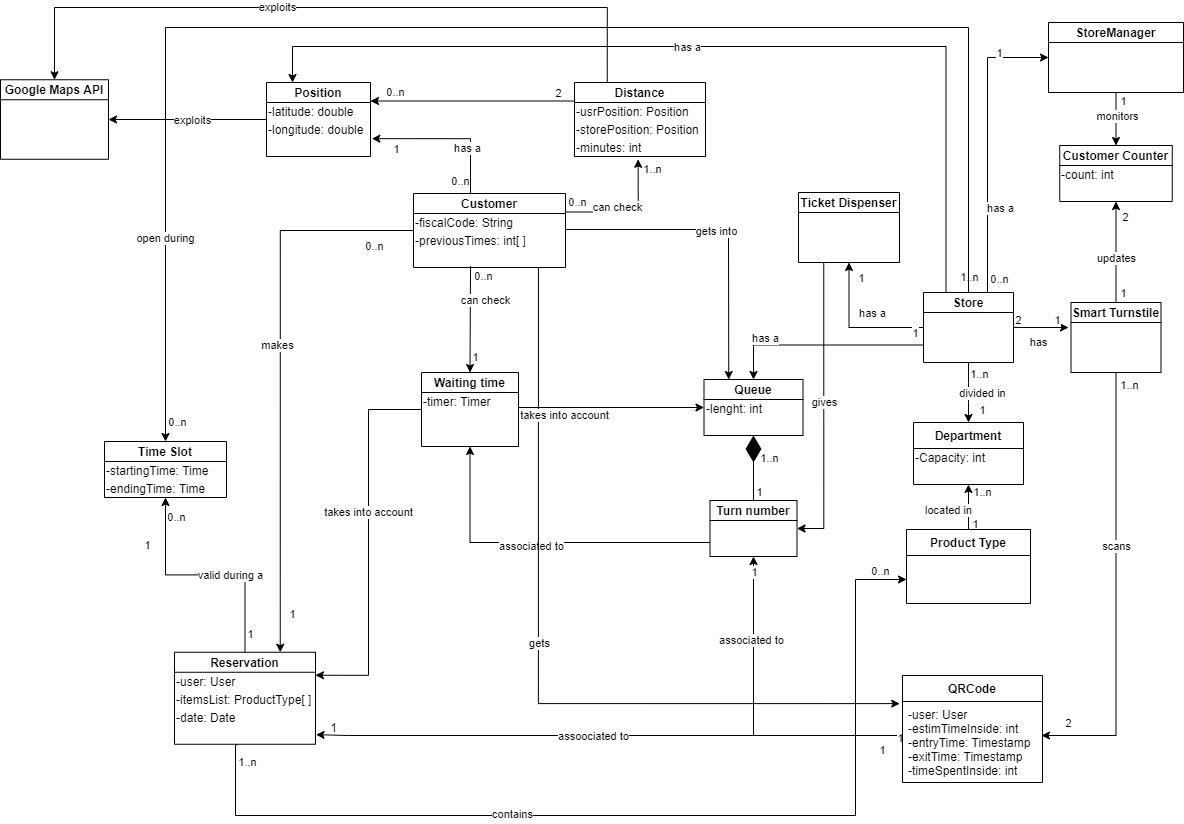
This is RASD/class_diagram.png from olimpiarivera/RiveraPolidori, a draw.io export, as it was before one commit. Source tidied: cells renumbered, new cells last; positions are measured from the earlier drawing's top-left corner, leaving out a move shared by most shapes.
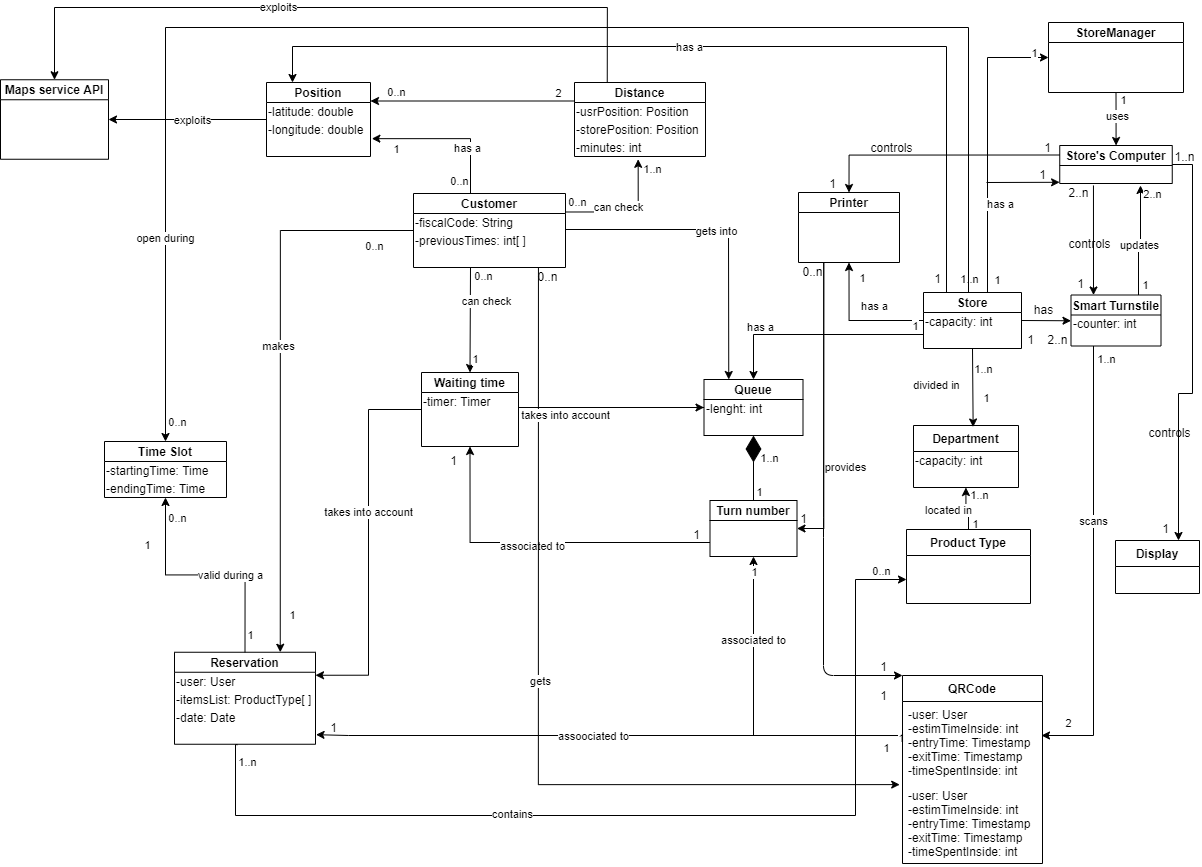
Later version of the same file.

Commit message:
class diagram modifications

What changed in the source:
```diff
@@ -14,3 +14,3 @@
       <mxGeometry x="0.68" relative="1" as="geometry">
-        <mxPoint y="-5" as="offset" />
+        <mxPoint x="35.3" y="-5" as="offset" />
       </mxGeometry>
@@ -24,3 +24,3 @@
       <mxGeometry x="-0.79" y="2" relative="1" as="geometry">
-        <mxPoint x="-17" y="-0.7" as="offset" />
+        <mxPoint x="-17" y="4.1" as="offset" />
       </mxGeometry>
@@ -53,17 +53,2 @@
     </mxCell>
-    <mxCell id="12" value="has" style="edgeStyle=orthogonalEdgeStyle;rounded=0;sketch=0;jettySize=auto;html=1;exitX=1;exitY=0.5;exitDx=0;exitDy=0;startArrow=none;startFill=0;sourcePerimeterSpacing=0;" parent="1" edge="1" source="17">
-      <mxGeometry x="-0.09" y="-15" relative="1" as="geometry">
-        <mxPoint x="1068" y="320" as="targetPoint" />
-      </mxGeometry>
-    </mxCell>
-    <mxCell id="13" value="2" style="edgeLabel;html=1;align=center;verticalAlign=middle;" parent="12" vertex="1">
-      <mxGeometry x="-0.69" y="1" relative="1" as="geometry">
-        <mxPoint x="-4.6" y="-7" as="offset" />
-      </mxGeometry>
-    </mxCell>
-    <mxCell id="14" value="1" style="edgeLabel;html=1;align=center;verticalAlign=middle;" parent="12" vertex="1">
-      <mxGeometry x="0.26" relative="1" as="geometry">
-        <mxPoint x="8.2" y="-8" as="offset" />
-      </mxGeometry>
-    </mxCell>
     <mxCell id="15" style="edgeStyle=orthogonalEdgeStyle;rounded=0;jettySize=auto;html=1;exitX=0.25;exitY=0;exitDx=0;exitDy=0;entryX=0.25;entryY=0;entryDx=0;entryDy=0;endArrow=classic;endFill=1;endSize=6;" parent="1" edge="1" source="17" target="114">
@@ -80,11 +65,12 @@
     <mxCell id="17" value="Store" style="swimlane;fontStyle=1;horizontal=1;startSize=20;fillColor=none;" parent="1" vertex="1">
-      <mxGeometry x="923" y="285" width="90" height="70" as="geometry" />
+      <mxGeometry x="923" y="285" width="98" height="56" as="geometry" />
     </mxCell>
+    <mxCell id="138" value="-capacity: int" style="text;html=1;align=left;verticalAlign=middle;" parent="17" vertex="1">
+      <mxGeometry y="20" width="98" height="18" as="geometry" />
+    </mxCell>
+    <mxCell id="139" value="&amp;nbsp;&lt;br&gt;" style="text;html=1;align=center;verticalAlign=middle;" parent="17" vertex="1">
+      <mxGeometry y="38" width="98" height="18" as="geometry" />
+    </mxCell>
-    <mxCell id="18" style="endArrow=classic;endFill=1;endSize=6;html=1;entryX=0.5;entryY=1;entryDx=0;entryDy=0;exitX=0.5;exitY=1;exitDx=0;exitDy=0;" parent="1" edge="1" source="17">
-      <mxGeometry relative="1" as="geometry">
-        <mxPoint x="968" y="415" as="targetPoint" />
-        <Array as="points">
-          <mxPoint x="968" y="385" />
-        </Array>
-      </mxGeometry>
+    <mxCell id="18" style="endArrow=classic;endFill=1;endSize=6;html=1;exitX=0.5;exitY=1;exitDx=0;exitDy=0;entryX=0.568;entryY=0.024;entryDx=0;entryDy=0;entryPerimeter=0;" parent="1" edge="1" source="17" target="28">
+      <mxGeometry relative="1" as="geometry" />
     </mxCell>
@@ -102,3 +88,3 @@
       <mxGeometry x="-0.17" y="2" relative="1" as="geometry">
-        <mxPoint x="11" y="5" as="offset" />
+        <mxPoint x="-39.2" y="3.1" as="offset" />
       </mxGeometry>
@@ -141,9 +127,9 @@
     <mxCell id="28" value="Department" style="swimlane;fontStyle=1;horizontal=1;startSize=26;fillColor=none;" parent="1" vertex="1">
-      <mxGeometry x="913" y="415" width="110" height="62" as="geometry" />
+      <mxGeometry x="913" y="418" width="105" height="62" as="geometry" />
     </mxCell>
-    <mxCell id="29" value="-Capacity: int" style="text;html=1;align=left;verticalAlign=middle;" parent="28" vertex="1">
-      <mxGeometry y="26" width="110" height="18" as="geometry" />
+    <mxCell id="29" value="-capacity: int" style="text;html=1;align=left;verticalAlign=middle;" parent="28" vertex="1">
+      <mxGeometry y="26" width="105" height="18" as="geometry" />
     </mxCell>
     <mxCell id="30" value="&amp;nbsp;" style="text;html=1;align=center;verticalAlign=middle;" parent="28" vertex="1">
-      <mxGeometry y="44" width="110" height="18" as="geometry" />
+      <mxGeometry y="44" width="105" height="18" as="geometry" />
     </mxCell>
@@ -189,3 +175,3 @@
       <mxGeometry x="-0.95" relative="1" as="geometry">
-        <mxPoint x="-4" y="14" as="offset" />
+        <mxPoint y="12" as="offset" />
       </mxGeometry>
@@ -201,5 +187,5 @@
     </mxCell>
-    <mxCell id="40" value="0..n" style="edgeLabel;html=1;align=center;verticalAlign=middle;" parent="39" vertex="1">
+    <mxCell id="40" value="1" style="edgeLabel;html=1;align=center;verticalAlign=middle;" parent="39" vertex="1">
       <mxGeometry x="-0.98" y="1" relative="1" as="geometry">
-        <mxPoint x="35.2" y="-13" as="offset" />
+        <mxPoint x="30.2" y="-12" as="offset" />
       </mxGeometry>
@@ -241,8 +227,8 @@
     </mxCell>
-    <mxCell id="52" value="gives" style="edgeLabel;html=1;align=center;verticalAlign=middle;" parent="51" vertex="1">
+    <mxCell id="52" value="provides" style="edgeLabel;html=1;align=center;verticalAlign=middle;" parent="51" vertex="1">
       <mxGeometry y="1" relative="1" as="geometry">
-        <mxPoint x="-0.3" y="-7" as="offset" />
+        <mxPoint x="19.7" y="57" as="offset" />
       </mxGeometry>
     </mxCell>
-    <mxCell id="53" value="Ticket Dispenser" style="swimlane;fontStyle=1;horizontal=1;startSize=20;fillColor=none;" parent="1" vertex="1">
+    <mxCell id="53" value="Printer" style="swimlane;fontStyle=1;horizontal=1;startSize=20;fillColor=none;" parent="1" vertex="1">
       <mxGeometry x="798" y="185" width="101" height="70" as="geometry" />
@@ -257,3 +243,3 @@
     </mxCell>
-    <mxCell id="55" value="monitors" style="edgeLabel;html=1;align=center;verticalAlign=middle;" parent="54" vertex="1">
+    <mxCell id="55" value="uses" style="edgeLabel;html=1;align=center;verticalAlign=middle;" parent="54" vertex="1">
       <mxGeometry x="-0.12" y="1" relative="1" as="geometry" />
@@ -328,3 +314,3 @@
     </mxCell>
-    <mxCell id="73" style="edgeStyle=orthogonalEdgeStyle;rounded=0;sketch=0;jettySize=auto;html=1;exitX=0.5;exitY=1;exitDx=0;exitDy=0;startArrow=none;startFill=0;sourcePerimeterSpacing=0;" parent="1" edge="1" source="81">
+    <mxCell id="73" style="edgeStyle=orthogonalEdgeStyle;rounded=0;sketch=0;jettySize=auto;html=1;exitX=0.25;exitY=1;exitDx=0;exitDy=0;startArrow=none;startFill=0;sourcePerimeterSpacing=0;" parent="1" edge="1" source="81">
       <mxGeometry relative="1" as="geometry">
@@ -332,3 +318,3 @@
         <Array as="points">
-          <mxPoint x="1116" y="728" />
+          <mxPoint x="1093" y="728" />
         </Array>
@@ -351,4 +337,6 @@
     </mxCell>
-    <mxCell id="77" style="edgeStyle=orthogonalEdgeStyle;rounded=0;sketch=0;jettySize=auto;html=1;exitX=0.5;exitY=0;exitDx=0;exitDy=0;entryX=0.5;entryY=1;entryDx=0;entryDy=0;startArrow=none;startFill=0;sourcePerimeterSpacing=0;" parent="1" edge="1" source="81" target="119">
-      <mxGeometry relative="1" as="geometry" />
+    <mxCell id="77" style="edgeStyle=orthogonalEdgeStyle;rounded=0;sketch=0;jettySize=auto;html=1;exitX=0.75;exitY=0;exitDx=0;exitDy=0;startArrow=none;startFill=0;sourcePerimeterSpacing=0;" parent="1" edge="1" source="81">
+      <mxGeometry relative="1" as="geometry">
+        <mxPoint x="1140" y="178" as="targetPoint" />
+      </mxGeometry>
     </mxCell>
@@ -362,10 +350,16 @@
     </mxCell>
-    <mxCell id="80" value="2" style="edgeLabel;html=1;align=center;verticalAlign=middle;" parent="77" vertex="1">
+    <mxCell id="80" value="2..n" style="edgeLabel;html=1;align=center;verticalAlign=middle;" parent="77" vertex="1">
       <mxGeometry x="0.7" y="-1" relative="1" as="geometry">
-        <mxPoint x="7.5" as="offset" />
+        <mxPoint x="10.3" y="-8.5" as="offset" />
       </mxGeometry>
     </mxCell>
+    <mxCell id="140" style="edgeStyle=orthogonalEdgeStyle;rounded=0;jettySize=auto;html=1;exitX=0.293;exitY=1.109;exitDx=0;exitDy=0;entryX=0.25;entryY=0;entryDx=0;entryDy=0;exitPerimeter=0;" parent="1" edge="1" source="121" target="81">
+      <mxGeometry relative="1" as="geometry" />
+    </mxCell>
     <mxCell id="81" value="Smart Turnstile" style="swimlane;fontStyle=1;horizontal=1;startSize=20;fillColor=none;" parent="1" vertex="1">
-      <mxGeometry x="1070.5" y="295" width="90" height="70" as="geometry" />
+      <mxGeometry x="1070.5" y="287.5" width="90" height="51" as="geometry" />
     </mxCell>
+    <mxCell id="141" value="&lt;div&gt;&lt;span&gt;-counter: int&lt;/span&gt;&lt;/div&gt;&lt;div&gt;&lt;span&gt;&lt;br&gt;&lt;/span&gt;&lt;/div&gt;" style="text;html=1;align=left;verticalAlign=middle;points=[];" parent="81" vertex="1">
+      <mxGeometry y="20" width="90" height="31" as="geometry" />
+    </mxCell>
     <mxCell id="82" style="edgeStyle=orthogonalEdgeStyle;rounded=0;sketch=0;jettySize=auto;html=1;exitX=0;exitY=0.5;exitDx=0;exitDy=0;startArrow=none;startFill=0;sourcePerimeterSpacing=0;entryX=0.75;entryY=0;entryDx=0;entryDy=0;" parent="1" edge="1" source="100" target="43">
@@ -519,14 +513,20 @@
     </mxCell>
-    <mxCell id="118" value="Google Maps API" style="swimlane;fontStyle=1;horizontal=1;startSize=20;fillColor=none;" parent="1" vertex="1">
+    <mxCell id="118" value="Maps service API" style="swimlane;fontStyle=1;horizontal=1;startSize=20;fillColor=none;" parent="1" vertex="1">
       <mxGeometry y="72.2" width="108" height="79.5" as="geometry" />
     </mxCell>
+    <mxCell id="142" style="edgeStyle=orthogonalEdgeStyle;rounded=0;jettySize=auto;html=1;exitX=0;exitY=0.25;exitDx=0;exitDy=0;entryX=0.5;entryY=0;entryDx=0;entryDy=0;" parent="1" edge="1" source="119" target="53">
+      <mxGeometry relative="1" as="geometry" />
+    </mxCell>
+    <mxCell id="143" style="edgeStyle=orthogonalEdgeStyle;rounded=0;jettySize=auto;html=1;exitX=1;exitY=0.5;exitDx=0;exitDy=0;entryX=0.75;entryY=0;entryDx=0;entryDy=0;" parent="1" edge="1" source="119" target="161">
+      <mxGeometry relative="1" as="geometry">
+        <Array as="points">
+          <mxPoint x="1192" y="157" />
+          <mxPoint x="1192" y="386" />
+          <mxPoint x="1178" y="386" />
+        </Array>
+      </mxGeometry>
+    </mxCell>
-    <mxCell id="119" value="Customer Counter" style="swimlane;fontStyle=1;horizontal=1;startSize=20;fillColor=none;" parent="1" vertex="1">
-      <mxGeometry x="1059.2" y="138" width="112.5" height="56" as="geometry" />
+    <mxCell id="119" value="Store's Computer" style="swimlane;fontStyle=1;horizontal=1;startSize=20;fillColor=none;" parent="1" vertex="1">
+      <mxGeometry x="1059.2" y="138" width="112.5" height="38" as="geometry" />
     </mxCell>
-    <mxCell id="120" value="-count: int" style="text;html=1;align=left;verticalAlign=middle;" parent="119" vertex="1">
-      <mxGeometry y="20" width="112.5" height="18" as="geometry" />
-    </mxCell>
-    <mxCell id="121" value="&amp;nbsp;&amp;nbsp;" style="text;html=1;align=left;verticalAlign=middle;points=[];" parent="119" vertex="1">
-      <mxGeometry y="38" width="112.5" height="18" as="geometry" />
-    </mxCell>
     <mxCell id="122" value="Product Type" style="swimlane;fontStyle=1;horizontal=1;startSize=26;fillColor=none;" parent="1" vertex="1">
@@ -535,6 +535,9 @@
     <mxCell id="123" value="QRCode" style="swimlane;fontStyle=1;horizontal=1;startSize=26;fillColor=none;" parent="1" vertex="1">
-      <mxGeometry x="902" y="668" width="140" height="107" as="geometry" />
+      <mxGeometry x="902" y="668" width="140" height="188" as="geometry" />
     </mxCell>
+    <mxCell id="144" value="-user: User&#10;-estimTimeInside: int&#10;-entryTime: Timestamp&#10;-exitTime: Timestamp&#10;-timeSpentInside: int" style="text;strokeColor=none;fillColor=none;align=left;verticalAlign=top;spacingLeft=4;spacingRight=4;overflow=hidden;" parent="123" vertex="1">
+      <mxGeometry y="26" width="140" height="81" as="geometry" />
+    </mxCell>
     <mxCell id="124" value="-user: User&#10;-estimTimeInside: int&#10;-entryTime: Timestamp&#10;-exitTime: Timestamp&#10;-timeSpentInside: int" style="text;strokeColor=none;fillColor=none;align=left;verticalAlign=top;spacingLeft=4;spacingRight=4;overflow=hidden;points=[[0,0.5],[1,0.5]];portConstraint=eastwest;" parent="123" vertex="1">
-      <mxGeometry y="26" width="140" height="81" as="geometry" />
+      <mxGeometry y="107" width="140" height="81" as="geometry" />
     </mxCell>
@@ -579,7 +582,2 @@
     </mxCell>
-    <mxCell id="135" style="edgeStyle=orthogonalEdgeStyle;rounded=0;jettySize=auto;html=1;exitX=0.5;exitY=0;exitDx=0;exitDy=0;endArrow=classic;endFill=1;endSize=6;" parent="1" edge="1" source="17">
-      <mxGeometry relative="1" as="geometry">
-        <mxPoint x="968" y="285" as="targetPoint" />
-      </mxGeometry>
-    </mxCell>
     <mxCell id="136" style="endArrow=classic;html=1;entryX=0.25;entryY=0;entryDx=0;entryDy=0;rounded=0;" parent="1" edge="1" target="58">
@@ -597,2 +595,87 @@
     </mxCell>
+    <mxCell id="145" value="1" style="text;html=1;align=center;verticalAlign=middle;" parent="1" vertex="1">
+      <mxGeometry x="1021" y="323" width="17" height="18" as="geometry" />
+    </mxCell>
+    <mxCell id="146" value="2..n" style="text;html=1;align=center;verticalAlign=middle;" parent="1" vertex="1">
+      <mxGeometry x="1042" y="323" width="30" height="18" as="geometry" />
+    </mxCell>
+    <mxCell id="147" value="controls" style="text;html=1;align=center;verticalAlign=middle;" parent="1" vertex="1">
+      <mxGeometry x="865" y="131" width="52" height="18" as="geometry" />
+    </mxCell>
+    <mxCell id="148" value="1" style="text;html=1;align=center;verticalAlign=middle;" parent="1" vertex="1">
+      <mxGeometry x="1038" y="131" width="17" height="18" as="geometry" />
+    </mxCell>
+    <mxCell id="149" value="1" style="text;html=1;align=center;verticalAlign=middle;" parent="1" vertex="1">
+      <mxGeometry x="823" y="167" width="17" height="18" as="geometry" />
+    </mxCell>
+    <mxCell id="150" value="1" style="text;html=1;align=center;verticalAlign=middle;" parent="1" vertex="1">
+      <mxGeometry x="687" y="518" width="17" height="18" as="geometry" />
+    </mxCell>
+    <mxCell id="151" value="1" style="text;html=1;align=center;verticalAlign=middle;" parent="1" vertex="1">
+      <mxGeometry x="444" y="444" width="17" height="18" as="geometry" />
+    </mxCell>
+    <mxCell id="152" value="0..n" style="text;html=1;align=center;verticalAlign=middle;" parent="1" vertex="1">
+      <mxGeometry x="532" y="260" width="30" height="18" as="geometry" />
+    </mxCell>
+    <mxCell id="153" value="1" style="text;html=1;align=center;verticalAlign=middle;" parent="1" vertex="1">
+      <mxGeometry x="874" y="679" width="17" height="18" as="geometry" />
+    </mxCell>
+    <mxCell id="154" style="endArrow=classic;html=1;entryX=0;entryY=0;entryDx=0;entryDy=0;exitX=0.25;exitY=1;exitDx=0;exitDy=0;" parent="1" edge="1" source="53" target="123">
+      <mxGeometry relative="1" as="geometry">
+        <Array as="points">
+          <mxPoint x="823" y="520" />
+          <mxPoint x="823" y="668" />
+        </Array>
+      </mxGeometry>
+    </mxCell>
+    <mxCell id="155" value="1" style="text;html=1;align=center;verticalAlign=middle;" parent="1" vertex="1">
+      <mxGeometry x="874" y="650" width="17" height="18" as="geometry" />
+    </mxCell>
+    <mxCell id="156" value="1" style="text;html=1;align=center;verticalAlign=middle;" parent="1" vertex="1">
+      <mxGeometry x="794" y="502" width="17" height="18" as="geometry" />
+    </mxCell>
+    <mxCell id="157" value="0..n" style="text;html=1;align=center;verticalAlign=middle;" parent="1" vertex="1">
+      <mxGeometry x="796.5" y="255" width="30" height="18" as="geometry" />
+    </mxCell>
+    <mxCell id="121" value="&amp;nbsp;&amp;nbsp;" style="text;html=1;align=left;verticalAlign=middle;points=[];" parent="1" vertex="1">
+      <mxGeometry x="1060" y="158" width="112.5" height="18" as="geometry" />
+    </mxCell>
+    <mxCell id="158" value="controls" style="text;html=1;align=center;verticalAlign=middle;" parent="1" vertex="1">
+      <mxGeometry x="1063" y="227" width="52" height="18" as="geometry" />
+    </mxCell>
+    <mxCell id="159" value="2..n" style="text;html=1;align=center;verticalAlign=middle;" parent="1" vertex="1">
+      <mxGeometry x="1063" y="176" width="30" height="18" as="geometry" />
+    </mxCell>
+    <mxCell id="160" value="1" style="text;html=1;align=center;verticalAlign=middle;" parent="1" vertex="1">
+      <mxGeometry x="1072" y="267" width="17" height="18" as="geometry" />
+    </mxCell>
+    <mxCell id="161" value="Display" style="swimlane;fontStyle=1;horizontal=1;startSize=26;fillColor=none;" parent="1" vertex="1">
+      <mxGeometry x="1115" y="533" width="84" height="53" as="geometry" />
+    </mxCell>
+    <mxCell id="162" style="endArrow=classic;html=1;exitX=1;exitY=0.5;exitDx=0;exitDy=0;entryX=0;entryY=0.186;entryDx=0;entryDy=0;entryPerimeter=0;" parent="1" edge="1" source="17" target="141">
+      <mxGeometry relative="1" as="geometry" />
+    </mxCell>
+    <mxCell id="12" value="has" style="text;html=1;align=center;verticalAlign=middle;" parent="1" vertex="1">
+      <mxGeometry x="1028" y="293" width="29" height="18" as="geometry" />
+    </mxCell>
+    <mxCell id="163" value="controls&lt;br&gt;" style="text;html=1;align=center;verticalAlign=middle;" parent="1" vertex="1">
+      <mxGeometry x="1143" y="416" width="52" height="18" as="geometry" />
+    </mxCell>
+    <mxCell id="164" value="1..n" style="text;html=1;align=center;verticalAlign=middle;" parent="1" vertex="1">
+      <mxGeometry x="1169" y="140" width="30" height="18" as="geometry" />
+    </mxCell>
+    <mxCell id="165" value="1" style="text;html=1;align=center;verticalAlign=middle;" parent="1" vertex="1">
+      <mxGeometry x="1156.5" y="512" width="16" height="18" as="geometry" />
+    </mxCell>
+    <mxCell id="166" style="endArrow=classic;html=1;entryX=-0.008;entryY=0.933;entryDx=0;entryDy=0;entryPerimeter=0;" parent="1" edge="1" target="121">
+      <mxGeometry relative="1" as="geometry">
+        <mxPoint x="986" y="175" as="sourcePoint" />
+      </mxGeometry>
+    </mxCell>
+    <mxCell id="167" value="1" style="text;html=1;align=center;verticalAlign=middle;" parent="1" vertex="1">
+      <mxGeometry x="1034.5" y="158" width="16" height="18" as="geometry" />
+    </mxCell>
+    <mxCell id="168" value="1" style="text;html=1;align=center;verticalAlign=middle;" parent="1" vertex="1">
+      <mxGeometry x="929" y="262" width="16" height="18" as="geometry" />
+    </mxCell>
   </root>
```
